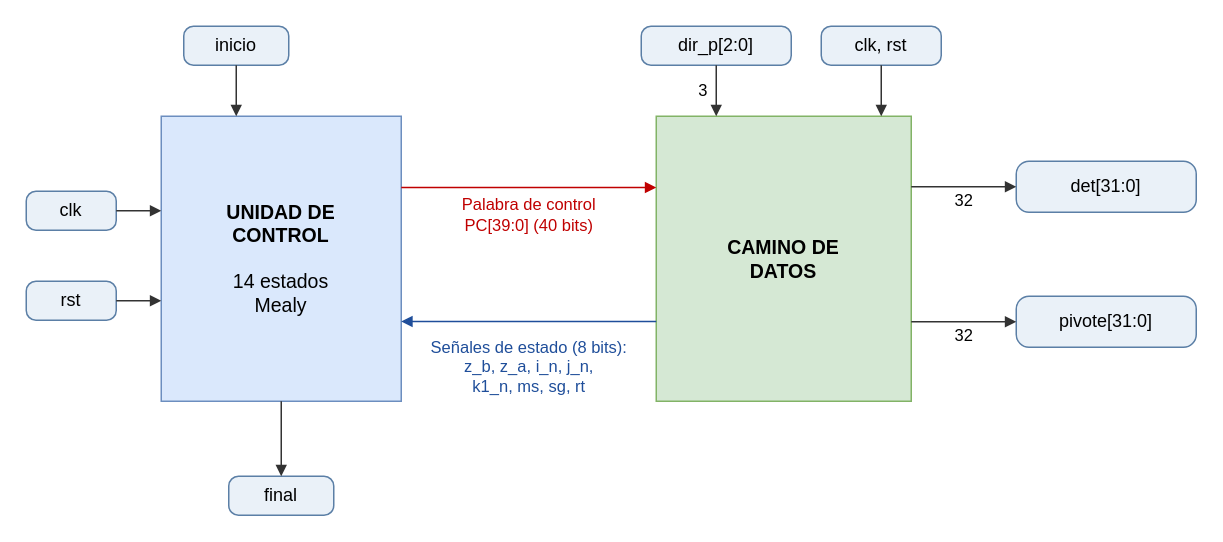
The draw.io diagram informe/figuras/caja_gris_procesador.drawio in juanfedelgadoa-lgtm/taller-5-microprocesadores, before the edit. Source tidied: cells renumbered, new cells numbered last; positions are measured from the earlier drawing's top-left corner, leaving out a move shared by most shapes. Both pictures are drawn from the tidied source at 150%, with x=0, y=0 at pixel (26, 26).
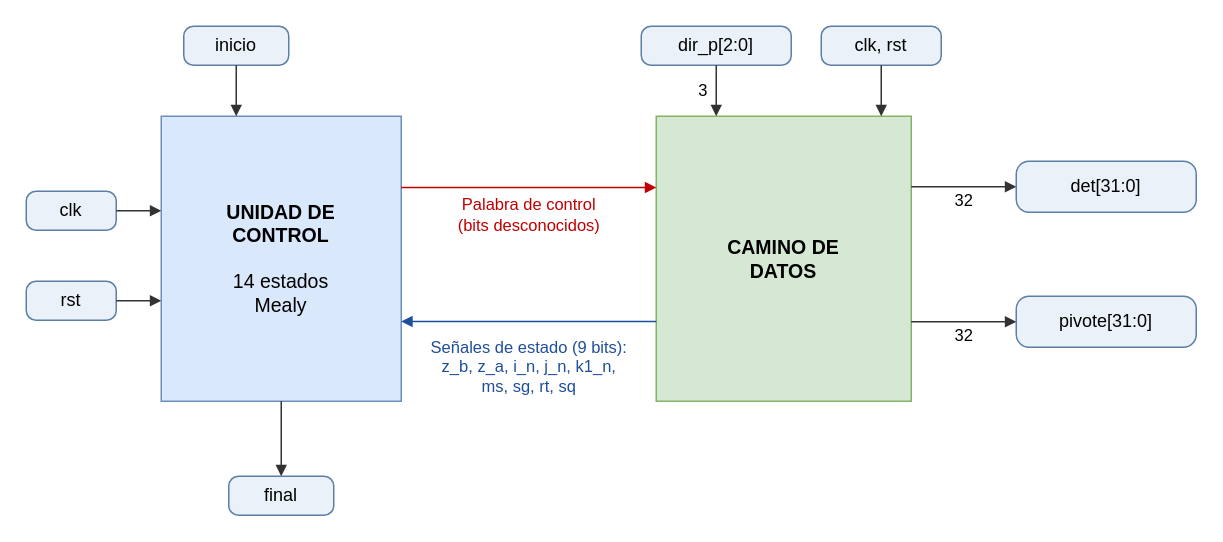
The same page after the edit.

Unchanged cells that the change refers to:
```xml
<mxCell id="2" value="&lt;b&gt;UNIDAD DE&lt;br&gt;CONTROL&lt;/b&gt;&lt;br&gt;&lt;br&gt;14 estados&lt;br&gt;Mealy" style="fontFamily=Helvetica;rounded=0;whiteSpace=wrap;html=1;fillColor=#DAE8FC;strokeColor=#6C8EBF;fontSize=11;fontSize=13;" parent="1" vertex="1">
  <mxGeometry x="90" y="60" width="160" height="190" as="geometry" />
</mxCell>
<mxCell id="3" value="&lt;b&gt;CAMINO DE&lt;br&gt;DATOS&lt;/b&gt;" style="fontFamily=Helvetica;rounded=0;whiteSpace=wrap;html=1;fillColor=#D5E8D4;strokeColor=#82B366;fontSize=11;fontSize=13;" parent="1" vertex="1">
  <mxGeometry x="420" y="60" width="170" height="190" as="geometry" />
</mxCell>
```

Diff of the diagram source:
```diff
@@
-    <mxCell id="12" value="Palabra de control&lt;br&gt;PC[39:0] (40 bits)" style="edgeStyle=orthogonalEdgeStyle;rounded=0;html=1;endArrow=block;endFill=1;endSize=5;strokeColor=#333333;fontSize=9;fontFamily=Helvetica;labelBackgroundColor=#FFFFFF;fontSize=11;fontColor=#C00000;strokeColor=#C00000;exitX=1;exitY=0.25;exitDx=0;exitDy=0;entryX=0;entryY=0.25;entryDx=0;entryDy=0;" parent="1" edge="1" source="2" target="3">
+    <mxCell id="12" value="Palabra de control&lt;br&gt;(bits desconocidos)" style="edgeStyle=orthogonalEdgeStyle;rounded=0;html=1;endArrow=block;endFill=1;endSize=5;strokeColor=#333333;fontSize=9;fontFamily=Helvetica;labelBackgroundColor=#FFFFFF;fontSize=11;fontColor=#C00000;strokeColor=#C00000;exitX=1;exitY=0.25;exitDx=0;exitDy=0;entryX=0;entryY=0.25;entryDx=0;entryDy=0;" parent="1" edge="1" source="2" target="3">
       <mxGeometry y="-18" relative="1" as="geometry" />
     </mxCell>
-    <mxCell id="13" value="Señales de estado (8 bits):&lt;br&gt;z_b, z_a, i_n, j_n,&lt;br&gt;k1_n, ms, sg, rt" style="edgeStyle=orthogonalEdgeStyle;rounded=0;html=1;endArrow=block;endFill=1;endSize=5;strokeColor=#333333;fontSize=9;fontFamily=Helvetica;labelBackgroundColor=#FFFFFF;fontSize=11;fontColor=#1F4E9A;strokeColor=#1F4E9A;exitX=0;exitY=0.72;exitDx=0;exitDy=0;entryX=1;entryY=0.72;entryDx=0;entryDy=0;" parent="1" edge="1" source="3" target="2">
+    <mxCell id="13" value="Señales de estado (9 bits):&lt;br&gt;z_b, z_a, i_n, j_n, k1_n,&lt;br&gt;ms, sg, rt, sq" style="edgeStyle=orthogonalEdgeStyle;rounded=0;html=1;endArrow=block;endFill=1;endSize=5;strokeColor=#333333;fontSize=9;fontFamily=Helvetica;labelBackgroundColor=#FFFFFF;fontSize=11;fontColor=#1F4E9A;strokeColor=#1F4E9A;exitX=0;exitY=0.72;exitDx=0;exitDy=0;entryX=1;entryY=0.72;entryDx=0;entryDy=0;" parent="1" edge="1" source="3" target="2">
       <mxGeometry y="30" relative="1" as="geometry" />
     </mxCell>
```
